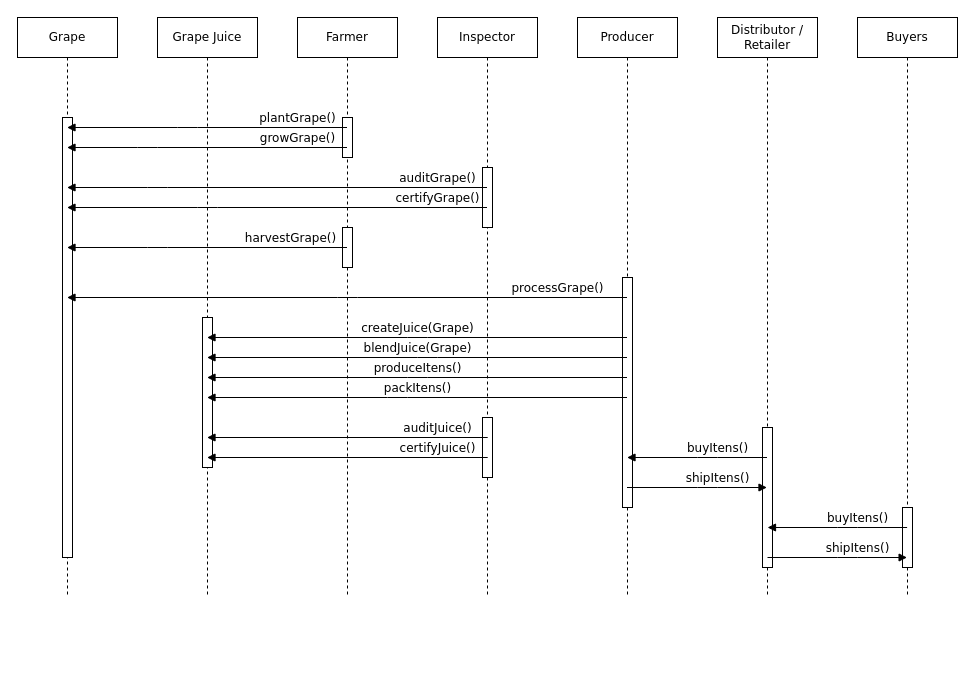
This is project_3_Dapp_Supply_Chain/docs/uml_sequence.drawio from lucribas/udacity-blockchaindev-nanodegree, a draw.io file, before an edit. Source tidied: cells renumbered, new cells numbered last; positions are measured from the earlier drawing's top-left corner, leaving out a move shared by most shapes. Both pictures are drawn from the tidied source at 100%, with x=0, y=0 at pixel (17, 17).
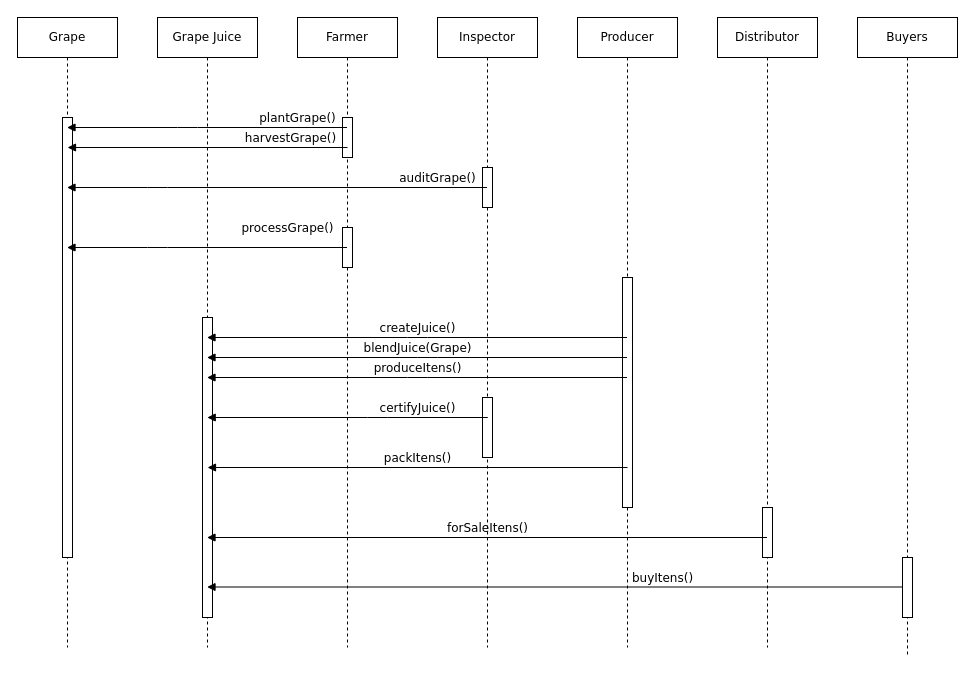
The same diagram, later.

Commit message (it also covers changes not shown here):
[Dapp Supply Chain] fixed Readme and UML and Sequence diagrams

Change to the diagram source:
```diff
@@
     <mxCell id="2" value="Farmer" style="shape=umlLifeline;perimeter=lifelinePerimeter;whiteSpace=wrap;html=1;outlineConnect=0;rounded=0;shadow=0;comic=0;labelBackgroundColor=none;strokeWidth=1;fontFamily=Verdana;fontSize=12;align=center;" parent="1" vertex="1">
-      <mxGeometry x="280" width="100" height="580" as="geometry" />
+      <mxGeometry x="280" width="100" height="630" as="geometry" />
     </mxCell>
@@
     <mxCell id="5" value="Inspector" style="shape=umlLifeline;perimeter=lifelinePerimeter;whiteSpace=wrap;html=1;outlineConnect=0;rounded=0;shadow=0;comic=0;labelBackgroundColor=none;strokeWidth=1;fontFamily=Verdana;fontSize=12;align=center;" parent="1" vertex="1">
-      <mxGeometry x="420" width="100" height="580" as="geometry" />
+      <mxGeometry x="420" width="100" height="630" as="geometry" />
     </mxCell>
     <mxCell id="6" style="html=1;perimeter=orthogonalPerimeter;rounded=0;shadow=0;comic=0;labelBackgroundColor=none;strokeWidth=1;fontFamily=Verdana;fontSize=12;align=center;" parent="5" vertex="1">
-      <mxGeometry x="45" y="150" width="10" height="60" as="geometry" />
+      <mxGeometry x="45" y="150" width="10" height="40" as="geometry" />
     </mxCell>
     <mxCell id="7" style="html=1;perimeter=orthogonalPerimeter;rounded=0;shadow=0;comic=0;labelBackgroundColor=none;strokeWidth=1;fontFamily=Verdana;fontSize=12;align=center;" parent="5" vertex="1">
-      <mxGeometry x="45" y="400" width="10" height="60" as="geometry" />
+      <mxGeometry x="45" y="380" width="10" height="60" as="geometry" />
     </mxCell>
     <mxCell id="8" value="Grape" style="shape=umlLifeline;perimeter=lifelinePerimeter;whiteSpace=wrap;html=1;outlineConnect=0;rounded=0;shadow=0;comic=0;labelBackgroundColor=none;strokeWidth=1;fontFamily=Verdana;fontSize=12;align=center;" parent="1" vertex="1">
-      <mxGeometry width="100" height="580" as="geometry" />
+      <mxGeometry width="100" height="630" as="geometry" />
     </mxCell>
@@
-    <mxCell id="11" value="growGrape()" style="html=1;verticalAlign=bottom;endArrow=none;labelBackgroundColor=none;fontFamily=Verdana;fontSize=12;edgeStyle=elbowEdgeStyle;elbow=vertical;endFill=0;startArrow=block;startFill=1;" parent="1" edge="1" source="8" target="2">
-      <mxGeometry x="0.64" relative="1" as="geometry">
-        <Array as="points">
-          <mxPoint x="130" y="130" />
-        </Array>
-      </mxGeometry>
-    </mxCell>
-    <mxCell id="12" value="harvestGrape()" style="html=1;verticalAlign=bottom;endArrow=none;labelBackgroundColor=none;fontFamily=Verdana;fontSize=12;edgeStyle=elbowEdgeStyle;elbow=vertical;endFill=0;startArrow=block;startFill=1;" parent="1" edge="1" source="8" target="2">
-      <mxGeometry x="0.59" relative="1" as="geometry">
+    <mxCell id="12" value="processGrape()" style="html=1;verticalAlign=bottom;endArrow=none;labelBackgroundColor=none;fontFamily=Verdana;fontSize=12;edgeStyle=elbowEdgeStyle;elbow=vertical;endFill=0;startArrow=block;startFill=1;" parent="1" edge="1" source="8" target="2">
+      <mxGeometry x="0.57" y="10" relative="1" as="geometry">
         <Array as="points">
           <mxPoint x="140" y="230" />
         </Array>
       </mxGeometry>
     </mxCell>
@@
-    <mxCell id="14" value="certifyGrape()" style="html=1;verticalAlign=bottom;endArrow=none;labelBackgroundColor=none;fontFamily=Verdana;fontSize=12;edgeStyle=elbowEdgeStyle;elbow=vertical;endFill=0;startArrow=block;startFill=1;" parent="1" edge="1" source="8" target="5">
-      <mxGeometry x="0.76" relative="1" as="geometry">
-        <Array as="points">
-          <mxPoint x="190" y="190" />
-        </Array>
-      </mxGeometry>
-    </mxCell>
-    <mxCell id="15" value="Distributor /&lt;br&gt;Retailer" style="shape=umlLifeline;perimeter=lifelinePerimeter;whiteSpace=wrap;html=1;outlineConnect=0;rounded=0;shadow=0;comic=0;labelBackgroundColor=none;strokeWidth=1;fontFamily=Verdana;fontSize=12;align=center;" parent="1" vertex="1">
-      <mxGeometry x="700" width="100" height="580" as="geometry" />
+    <mxCell id="15" value="Distributor" style="shape=umlLifeline;perimeter=lifelinePerimeter;whiteSpace=wrap;html=1;outlineConnect=0;rounded=0;shadow=0;comic=0;labelBackgroundColor=none;strokeWidth=1;fontFamily=Verdana;fontSize=12;align=center;" parent="1" vertex="1">
+      <mxGeometry x="700" width="100" height="630" as="geometry" />
     </mxCell>
     <mxCell id="16" style="html=1;perimeter=orthogonalPerimeter;rounded=0;shadow=0;comic=0;labelBackgroundColor=none;strokeWidth=1;fontFamily=Verdana;fontSize=12;align=center;" parent="15" vertex="1">
-      <mxGeometry x="45" y="410" width="10" height="140" as="geometry" />
+      <mxGeometry x="45" y="490" width="10" height="50" as="geometry" />
     </mxCell>
     <mxCell id="17" value="Buyers" style="shape=umlLifeline;perimeter=lifelinePerimeter;whiteSpace=wrap;html=1;rounded=0;shadow=0;comic=0;labelBackgroundColor=none;strokeWidth=1;fontFamily=Verdana;fontSize=12;align=center;" parent="1" vertex="1">
-      <mxGeometry x="840" width="100" height="580" as="geometry" />
+      <mxGeometry x="840" width="100" height="640" as="geometry" />
     </mxCell>
-    <mxCell id="18" style="html=1;perimeter=orthogonalPerimeter;rounded=0;shadow=0;comic=0;labelBackgroundColor=none;strokeWidth=1;fontFamily=Verdana;fontSize=12;align=center;" parent="17" vertex="1">
-      <mxGeometry x="45" y="490" width="10" height="60" as="geometry" />
-    </mxCell>
     <mxCell id="19" value="Producer" style="shape=umlLifeline;perimeter=lifelinePerimeter;whiteSpace=wrap;html=1;outlineConnect=0;rounded=0;shadow=0;comic=0;labelBackgroundColor=none;strokeWidth=1;fontFamily=Verdana;fontSize=12;align=center;" parent="1" vertex="1">
-      <mxGeometry x="560" width="100" height="580" as="geometry" />
+      <mxGeometry x="560" width="100" height="630" as="geometry" />
     </mxCell>
@@
-    <mxCell id="21" value="processGrape()" style="html=1;verticalAlign=bottom;endArrow=none;labelBackgroundColor=none;fontFamily=Verdana;fontSize=12;edgeStyle=elbowEdgeStyle;elbow=vertical;endFill=0;startArrow=block;startFill=1;" parent="1" edge="1" source="8" target="19">
-      <mxGeometry x="0.75" relative="1" as="geometry">
-        <Array as="points">
-          <mxPoint x="330" y="280" />
-          <mxPoint x="145" y="290.1" />
-        </Array>
-      </mxGeometry>
-    </mxCell>
     <mxCell id="22" value="Grape Juice" style="shape=umlLifeline;perimeter=lifelinePerimeter;whiteSpace=wrap;html=1;outlineConnect=0;rounded=0;shadow=0;comic=0;labelBackgroundColor=none;strokeWidth=1;fontFamily=Verdana;fontSize=12;align=center;" parent="1" vertex="1">
-      <mxGeometry x="140" width="100" height="580" as="geometry" />
+      <mxGeometry x="140" width="100" height="630" as="geometry" />
     </mxCell>
     <mxCell id="23" style="html=1;perimeter=orthogonalPerimeter;rounded=0;shadow=0;comic=0;labelBackgroundColor=none;strokeWidth=1;fontFamily=Verdana;fontSize=12;align=center;" parent="22" vertex="1">
-      <mxGeometry x="45" y="300" width="10" height="150" as="geometry" />
+      <mxGeometry x="45" y="300" width="10" height="300" as="geometry" />
     </mxCell>
-    <mxCell id="24" value="createJuice(Grape)" style="html=1;verticalAlign=bottom;endArrow=none;labelBackgroundColor=none;fontFamily=Verdana;fontSize=12;edgeStyle=elbowEdgeStyle;elbow=vertical;endFill=0;startArrow=block;startFill=1;" parent="1" edge="1" source="22" target="19">
+    <mxCell id="24" value="createJuice()" style="html=1;verticalAlign=bottom;endArrow=none;labelBackgroundColor=none;fontFamily=Verdana;fontSize=12;edgeStyle=elbowEdgeStyle;elbow=vertical;endFill=0;startArrow=block;startFill=1;" parent="1" edge="1" source="22" target="19">
       <mxGeometry relative="1" as="geometry">
         <Array as="points">
           <mxPoint x="400" y="320" />
         </Array>
       </mxGeometry>
     </mxCell>
@@
+    <mxCell id="30" value="buyItens()" style="html=1;verticalAlign=bottom;endArrow=none;labelBackgroundColor=none;fontFamily=Verdana;fontSize=12;edgeStyle=elbowEdgeStyle;elbow=vertical;endFill=0;startArrow=block;startFill=1;" parent="1" edge="1" source="22">
+      <mxGeometry x="0.29" relative="1" as="geometry">
+        <mxPoint x="895" y="569.5" as="targetPoint" />
+        <Array as="points">
+          <mxPoint x="835.5" y="569.5" />
+          <mxPoint x="815.5" y="589.5" />
+        </Array>
+      </mxGeometry>
+    </mxCell>
+    <mxCell id="34" value="harvestGrape()" style="html=1;verticalAlign=bottom;endArrow=none;labelBackgroundColor=none;fontFamily=Verdana;fontSize=12;edgeStyle=elbowEdgeStyle;elbow=vertical;endFill=0;startArrow=block;startFill=1;" parent="1" edge="1">
+      <mxGeometry x="0.59" relative="1" as="geometry">
+        <mxPoint x="50" y="130" as="sourcePoint" />
+        <mxPoint x="330" y="130" as="targetPoint" />
+        <Array as="points">
+          <mxPoint x="140.5" y="130" />
+        </Array>
+      </mxGeometry>
+    </mxCell>
-    <mxCell id="27" value="packItens()" style="html=1;verticalAlign=bottom;endArrow=none;labelBackgroundColor=none;fontFamily=Verdana;fontSize=12;edgeStyle=elbowEdgeStyle;elbow=vertical;endFill=0;startArrow=block;startFill=1;" parent="1" edge="1" source="22" target="19">
+    <mxCell id="27" value="packItens()" style="html=1;verticalAlign=bottom;endArrow=none;labelBackgroundColor=none;fontFamily=Verdana;fontSize=12;edgeStyle=elbowEdgeStyle;elbow=vertical;endFill=0;startArrow=block;startFill=1;" parent="1" edge="1">
       <mxGeometry relative="1" as="geometry">
+        <mxPoint x="190" y="450" as="sourcePoint" />
+        <mxPoint x="610" y="450" as="targetPoint" />
         <Array as="points">
-          <mxPoint x="380" y="380" />
+          <mxPoint x="380.5" y="450" />
         </Array>
       </mxGeometry>
     </mxCell>
-    <mxCell id="28" value="buyItens()" style="html=1;verticalAlign=bottom;endArrow=none;labelBackgroundColor=none;fontFamily=Verdana;fontSize=12;edgeStyle=elbowEdgeStyle;elbow=vertical;endFill=0;startArrow=block;startFill=1;" parent="1" edge="1" source="19" target="15">
-      <mxGeometry x="0.29" relative="1" as="geometry">
-        <Array as="points">
-          <mxPoint x="690" y="440" />
-          <mxPoint x="670" y="460" />
-        </Array>
-      </mxGeometry>
-    </mxCell>
-    <mxCell id="29" value="shipItens()" style="html=1;verticalAlign=bottom;endArrow=block;labelBackgroundColor=none;fontFamily=Verdana;fontSize=12;edgeStyle=elbowEdgeStyle;elbow=vertical;endFill=1;startArrow=none;startFill=0;" parent="1" edge="1" source="19" target="15">
-      <mxGeometry x="0.29" relative="1" as="geometry">
-        <Array as="points">
-          <mxPoint x="690" y="470" />
-          <mxPoint x="680" y="470" />
-        </Array>
-      </mxGeometry>
-    </mxCell>
-    <mxCell id="30" value="buyItens()" style="html=1;verticalAlign=bottom;endArrow=none;labelBackgroundColor=none;fontFamily=Verdana;fontSize=12;edgeStyle=elbowEdgeStyle;elbow=vertical;endFill=0;startArrow=block;startFill=1;" parent="1" edge="1">
-      <mxGeometry x="0.29" relative="1" as="geometry">
-        <mxPoint x="750" y="510" as="sourcePoint" />
-        <mxPoint x="889.6" y="510" as="targetPoint" />
-        <Array as="points">
-          <mxPoint x="830.1" y="510" />
-          <mxPoint x="810.1" y="530" />
-        </Array>
-      </mxGeometry>
-    </mxCell>
-    <mxCell id="31" value="shipItens()" style="html=1;verticalAlign=bottom;endArrow=block;labelBackgroundColor=none;fontFamily=Verdana;fontSize=12;edgeStyle=elbowEdgeStyle;elbow=vertical;endFill=1;startArrow=none;startFill=0;" parent="1" edge="1">
-      <mxGeometry x="0.29" relative="1" as="geometry">
-        <mxPoint x="750" y="540" as="sourcePoint" />
-        <mxPoint x="889.6" y="540" as="targetPoint" />
-        <Array as="points">
-          <mxPoint x="830.1" y="540" />
-          <mxPoint x="820.1" y="540" />
-        </Array>
-      </mxGeometry>
-    </mxCell>
-    <mxCell id="32" value="auditJuice()" style="html=1;verticalAlign=bottom;endArrow=none;labelBackgroundColor=none;fontFamily=Verdana;fontSize=12;edgeStyle=elbowEdgeStyle;elbow=vertical;endFill=0;startArrow=block;startFill=1;" parent="1" edge="1" source="22">
-      <mxGeometry x="0.64" relative="1" as="geometry">
-        <mxPoint x="470.2" y="420" as="targetPoint" />
-        <Array as="points">
-          <mxPoint x="140.7" y="420" />
-          <mxPoint x="135.4" y="430.8" />
-        </Array>
-      </mxGeometry>
-    </mxCell>
-    <mxCell id="33" value="certifyJuice()" style="html=1;verticalAlign=bottom;endArrow=none;labelBackgroundColor=none;fontFamily=Verdana;fontSize=12;edgeStyle=elbowEdgeStyle;elbow=vertical;endFill=0;startArrow=block;startFill=1;" parent="1" edge="1" source="22">
-      <mxGeometry x="0.64" relative="1" as="geometry">
-        <mxPoint x="470.2" y="440" as="targetPoint" />
+    <mxCell id="33" value="certifyJuice()" style="html=1;verticalAlign=bottom;endArrow=none;labelBackgroundColor=none;fontFamily=Verdana;fontSize=12;edgeStyle=elbowEdgeStyle;elbow=vertical;endFill=0;startArrow=block;startFill=1;" parent="1" edge="1">
+      <mxGeometry x="0.5" relative="1" as="geometry">
+        <mxPoint x="189.7" y="400" as="sourcePoint" />
+        <mxPoint x="470.3" y="400" as="targetPoint" />
         <Array as="points">
-          <mxPoint x="190.7" y="440" />
+          <mxPoint x="360.2" y="400" />
+          <mxPoint x="190.8" y="400" />
         </Array>
       </mxGeometry>
     </mxCell>
+    <mxCell id="35" value="forSaleItens()" style="html=1;verticalAlign=bottom;endArrow=none;labelBackgroundColor=none;fontFamily=Verdana;fontSize=12;edgeStyle=elbowEdgeStyle;elbow=vertical;endFill=0;startArrow=block;startFill=1;" parent="1" edge="1" source="22" target="15">
+      <mxGeometry relative="1" as="geometry">
+        <Array as="points">
+          <mxPoint x="380.5" y="520" />
+        </Array>
+      </mxGeometry>
+    </mxCell>
+    <mxCell id="18" style="html=1;perimeter=orthogonalPerimeter;rounded=0;shadow=0;comic=0;labelBackgroundColor=none;strokeWidth=1;fontFamily=Verdana;fontSize=12;align=center;" parent="1" vertex="1">
+      <mxGeometry x="885" y="540" width="10" height="60" as="geometry" />
+    </mxCell>
```
